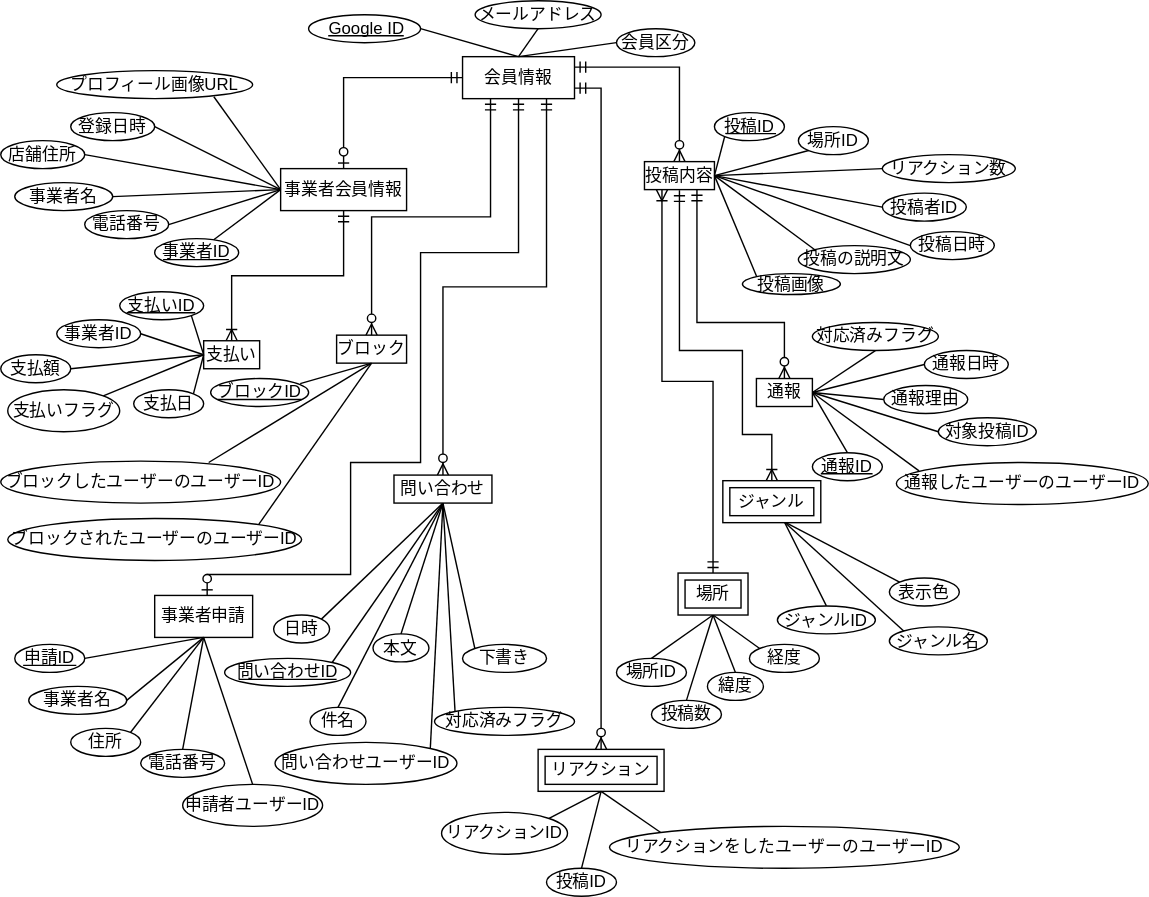
This is sections/section8_database.svg from being24/latex-template-ja, a draw.io export, as it was before one commit. Source tidied: cells renumbered, new cells last; positions are measured from the earlier drawing's top-left corner, leaving out a move shared by most shapes.
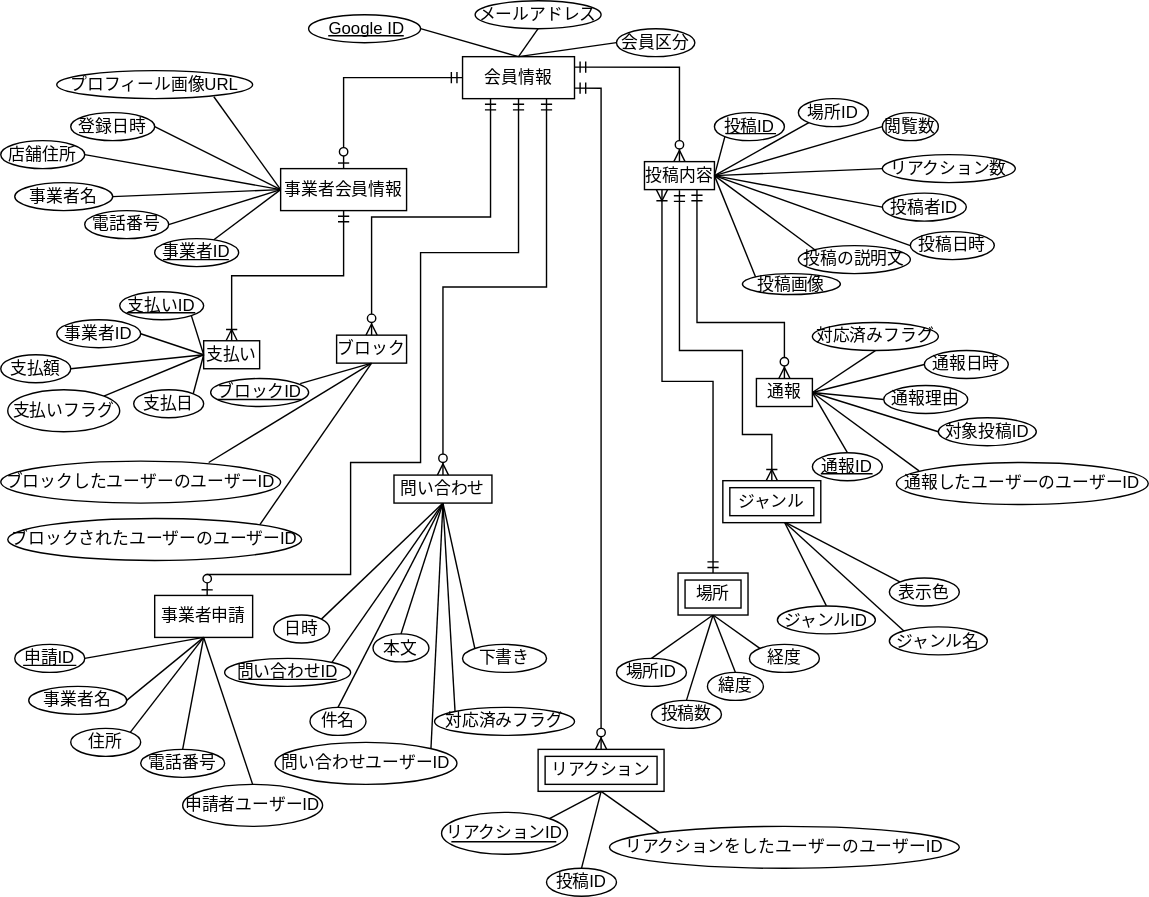
Later version of the same file.

Commit message:
docs : 投稿内容に閲覧数を追加

-DBの投稿内容に閲覧数を追加

The edit, as a diff of the source:
```diff
@@ -158,7 +158,7 @@
       <mxGeometry relative="1" as="geometry" />
     </mxCell>
     <mxCell id="49" value="場所ID" style="ellipse;whiteSpace=wrap;html=1;align=center;fontStyle=0;" parent="37" vertex="1">
-      <mxGeometry x="110" y="10" width="50" height="20" as="geometry" />
+      <mxGeometry x="110" y="-10" width="50" height="20" as="geometry" />
     </mxCell>
     <mxCell id="50" style="endArrow=none;html=1;rounded=0;entryX=0;entryY=1;entryDx=0;entryDy=0;exitX=1;exitY=0.5;exitDx=0;exitDy=0;" parent="37" edge="1" source="38" target="49">
       <mxGeometry relative="1" as="geometry" />
@@ -172,6 +172,12 @@
     <mxCell id="53" style="endArrow=none;html=1;rounded=0;entryX=1;entryY=0.5;entryDx=0;entryDy=0;exitX=0;exitY=0.5;exitDx=0;exitDy=0;" parent="37" edge="1" source="52" target="38">
       <mxGeometry relative="1" as="geometry" />
     </mxCell>
+    <mxCell id="143" value="閲覧数" style="ellipse;whiteSpace=wrap;html=1;align=center;" parent="37" vertex="1">
+      <mxGeometry x="170" width="40" height="20" as="geometry" />
+    </mxCell>
+    <mxCell id="144" style="endArrow=none;html=1;rounded=0;entryX=0;entryY=0.5;entryDx=0;entryDy=0;exitX=1;exitY=0.5;exitDx=0;exitDy=0;" parent="37" edge="1" source="38" target="143">
+      <mxGeometry relative="1" as="geometry" />
+    </mxCell>
     <mxCell id="54" style="edgeStyle=orthogonalEdgeStyle;fontSize=12;html=1;endArrow=ERzeroToMany;startArrow=ERmandOne;rounded=0;exitX=1;exitY=0.25;exitDx=0;exitDy=0;entryX=0.5;entryY=0;entryDx=0;entryDy=0;" parent="1" edge="1" source="2" target="38">
       <mxGeometry relative="1" as="geometry" />
     </mxCell>
@@ -464,6 +470,9 @@
     <mxCell id="136" value="リアクションID" style="ellipse;whiteSpace=wrap;html=1;align=center;" parent="135" vertex="1">
       <mxGeometry width="90" height="30" as="geometry" />
     </mxCell>
+    <mxCell id="145" style="line;strokeWidth=1;dashed=0;labelPosition=right;align=left;verticalAlign=middle;spacingTop=0;spacingLeft=6;" parent="135" vertex="1">
+      <mxGeometry x="7" y="16" width="75" height="10" as="geometry" />
+    </mxCell>
     <mxCell id="137" value="投稿ID" style="ellipse;whiteSpace=wrap;html=1;align=center;" parent="1" vertex="1">
       <mxGeometry x="390" y="620" width="50" height="20" as="geometry" />
     </mxCell>
```
